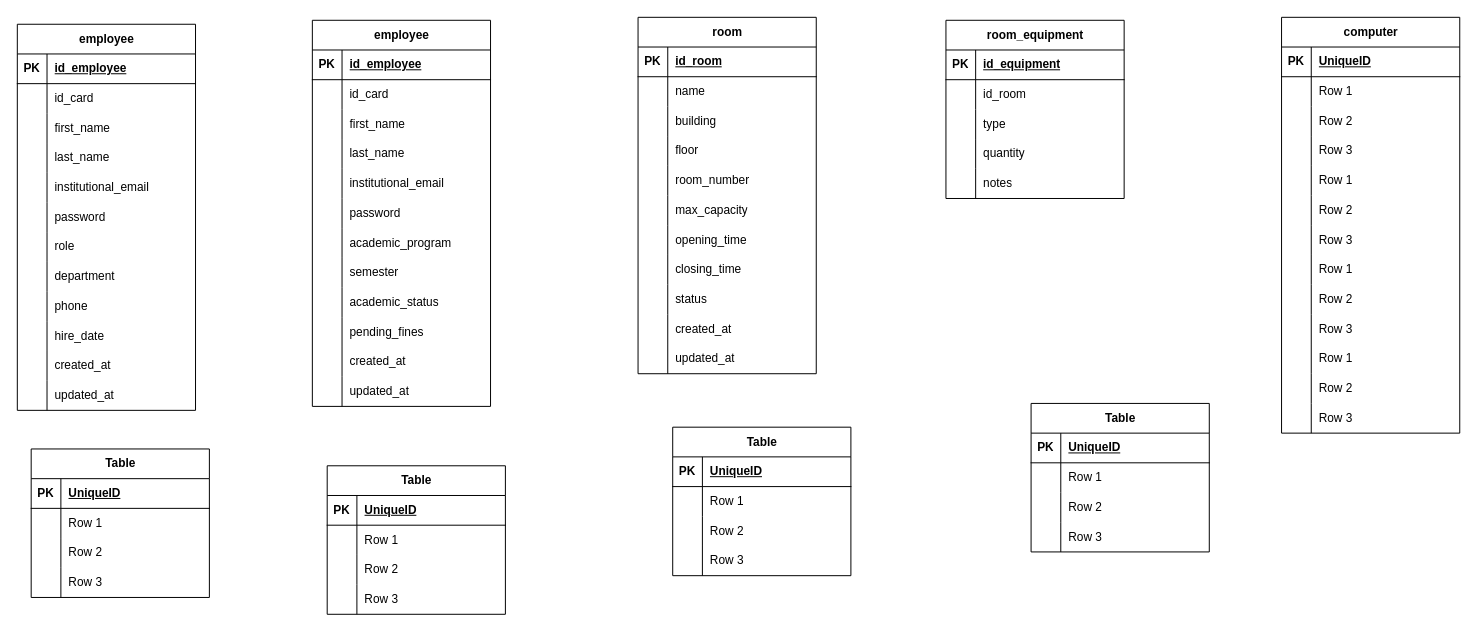
The draw.io diagram back-end/docs/diagrams/DERCampusLend.drawio in Breynersmartinez/CampusLend, before the edit. Source tidied: cells renumbered, new cells numbered last; positions are measured from the earlier drawing's top-left corner, leaving out a move shared by most shapes. Both pictures are drawn from the tidied source at 99%, with x=0, y=0 at pixel (17, 17).
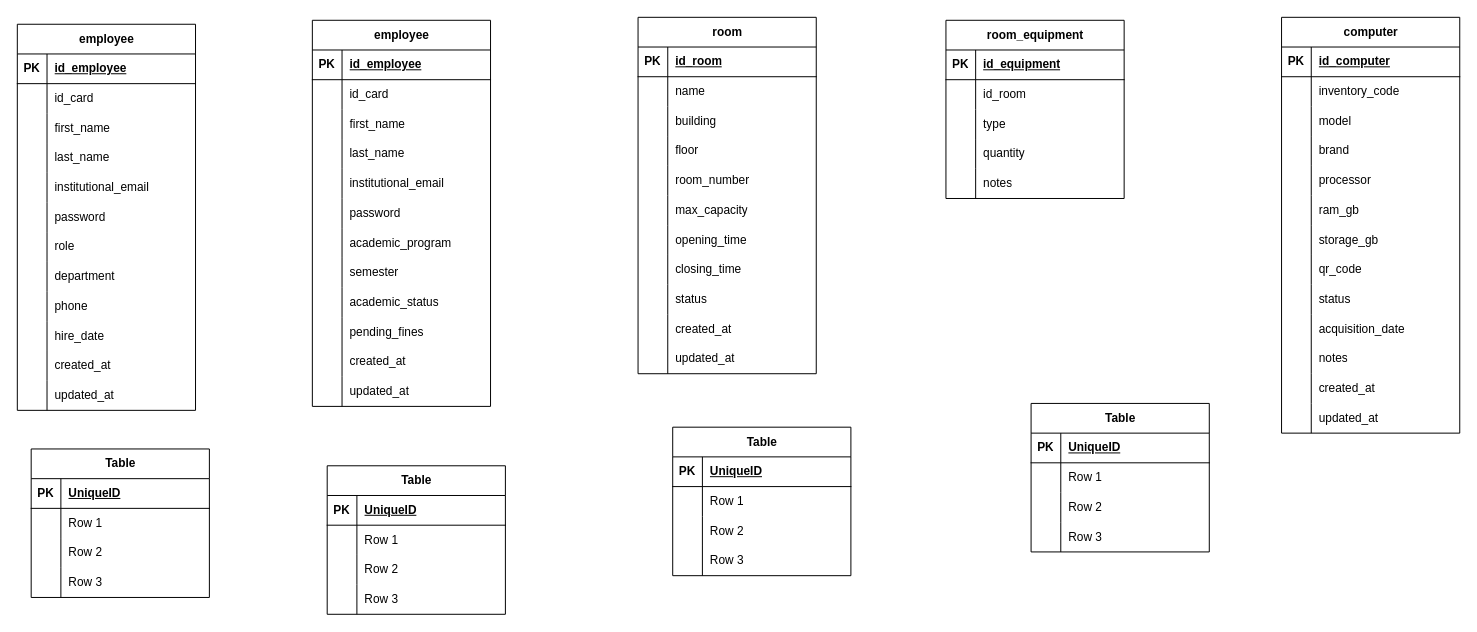
After the change.

The change refers to these unchanged cells:
```xml
<mxCell id="90" style="shape=tableRow;horizontal=0;startSize=0;swimlaneHead=0;swimlaneBody=0;fillColor=none;top=0;left=0;right=0;bottom=1;" parent="89" vertex="1">
  <mxGeometry y="30" width="180" height="30" as="geometry" />
</mxCell>
<mxCell id="93" style="shape=tableRow;horizontal=0;startSize=0;swimlaneHead=0;swimlaneBody=0;fillColor=none;top=0;left=0;right=0;bottom=0;" parent="89" vertex="1">
  <mxGeometry y="60" width="180" height="30" as="geometry" />
</mxCell>
<mxCell id="96" style="shape=tableRow;horizontal=0;startSize=0;swimlaneHead=0;swimlaneBody=0;fillColor=none;top=0;left=0;right=0;bottom=0;" parent="89" vertex="1">
  <mxGeometry y="90" width="180" height="30" as="geometry" />
</mxCell>
<mxCell id="99" style="shape=tableRow;horizontal=0;startSize=0;swimlaneHead=0;swimlaneBody=0;fillColor=none;top=0;left=0;right=0;bottom=0;" parent="89" vertex="1">
  <mxGeometry y="120" width="180" height="30" as="geometry" />
</mxCell>
<mxCell id="102" style="shape=tableRow;horizontal=0;startSize=0;swimlaneHead=0;swimlaneBody=0;fillColor=none;top=0;left=0;right=0;bottom=0;" parent="89" vertex="1">
  <mxGeometry y="150" width="180" height="30" as="geometry" />
</mxCell>
<mxCell id="105" style="shape=tableRow;horizontal=0;startSize=0;swimlaneHead=0;swimlaneBody=0;fillColor=none;top=0;left=0;right=0;bottom=0;" parent="89" vertex="1">
  <mxGeometry y="180" width="180" height="30" as="geometry" />
</mxCell>
<mxCell id="108" style="shape=tableRow;horizontal=0;startSize=0;swimlaneHead=0;swimlaneBody=0;fillColor=none;top=0;left=0;right=0;bottom=0;" parent="89" vertex="1">
  <mxGeometry y="210" width="180" height="30" as="geometry" />
</mxCell>
<mxCell id="111" style="shape=tableRow;horizontal=0;startSize=0;swimlaneHead=0;swimlaneBody=0;fillColor=none;top=0;left=0;right=0;bottom=0;" parent="89" vertex="1">
  <mxGeometry y="240" width="180" height="30" as="geometry" />
</mxCell>
<mxCell id="114" style="shape=tableRow;horizontal=0;startSize=0;swimlaneHead=0;swimlaneBody=0;fillColor=none;top=0;left=0;right=0;bottom=0;" parent="89" vertex="1">
  <mxGeometry y="270" width="180" height="30" as="geometry" />
</mxCell>
<mxCell id="117" style="shape=tableRow;horizontal=0;startSize=0;swimlaneHead=0;swimlaneBody=0;fillColor=none;top=0;left=0;right=0;bottom=0;" parent="89" vertex="1">
  <mxGeometry y="300" width="180" height="30" as="geometry" />
</mxCell>
<mxCell id="120" style="shape=tableRow;horizontal=0;startSize=0;swimlaneHead=0;swimlaneBody=0;fillColor=none;top=0;left=0;right=0;bottom=0;" parent="89" vertex="1">
  <mxGeometry y="330" width="180" height="30" as="geometry" />
</mxCell>
<mxCell id="123" style="shape=tableRow;horizontal=0;startSize=0;swimlaneHead=0;swimlaneBody=0;fillColor=none;top=0;left=0;right=0;bottom=0;" parent="89" vertex="1">
  <mxGeometry y="360" width="180" height="30" as="geometry" />
</mxCell>
<mxCell id="126" style="shape=tableRow;horizontal=0;startSize=0;swimlaneHead=0;swimlaneBody=0;fillColor=none;top=0;left=0;right=0;bottom=0;" parent="89" vertex="1">
  <mxGeometry y="390" width="180" height="30" as="geometry" />
</mxCell>
```

What changed in the source:
```diff
@@
-    <mxCell id="92" value="UniqueID" style="shape=partialRectangle;fillColor=none;top=0;left=0;bottom=0;right=0;align=left;spacingLeft=6;fontStyle=5;overflow=hidden;whiteSpace=wrap;html=1;" parent="90" vertex="1">
+    <mxCell id="92" value="id_computer" style="shape=partialRectangle;fillColor=none;top=0;left=0;bottom=0;right=0;align=left;spacingLeft=6;fontStyle=5;overflow=hidden;whiteSpace=wrap;html=1;" parent="90" vertex="1">
       <mxGeometry x="30" width="150" height="30" as="geometry" />
     </mxCell>
@@
-    <mxCell id="95" value="Row 1" style="shape=partialRectangle;fillColor=none;top=0;left=0;bottom=0;right=0;align=left;spacingLeft=6;overflow=hidden;whiteSpace=wrap;html=1;" parent="93" vertex="1">
+    <mxCell id="95" value="inventory_code" style="shape=partialRectangle;fillColor=none;top=0;left=0;bottom=0;right=0;align=left;spacingLeft=6;overflow=hidden;whiteSpace=wrap;html=1;" parent="93" vertex="1">
       <mxGeometry x="30" width="150" height="30" as="geometry" />
     </mxCell>
@@
-    <mxCell id="98" value="Row 2" style="shape=partialRectangle;fillColor=none;top=0;left=0;bottom=0;right=0;align=left;spacingLeft=6;overflow=hidden;whiteSpace=wrap;html=1;" parent="96" vertex="1">
+    <mxCell id="98" value="model" style="shape=partialRectangle;fillColor=none;top=0;left=0;bottom=0;right=0;align=left;spacingLeft=6;overflow=hidden;whiteSpace=wrap;html=1;" parent="96" vertex="1">
       <mxGeometry x="30" width="150" height="30" as="geometry" />
     </mxCell>
@@
-    <mxCell id="101" value="Row 3" style="shape=partialRectangle;fillColor=none;top=0;left=0;bottom=0;right=0;align=left;spacingLeft=6;overflow=hidden;whiteSpace=wrap;html=1;" parent="99" vertex="1">
+    <mxCell id="101" value="brand" style="shape=partialRectangle;fillColor=none;top=0;left=0;bottom=0;right=0;align=left;spacingLeft=6;overflow=hidden;whiteSpace=wrap;html=1;" parent="99" vertex="1">
       <mxGeometry x="30" width="150" height="30" as="geometry" />
     </mxCell>
@@
-    <mxCell id="104" value="Row 1" style="shape=partialRectangle;fillColor=none;top=0;left=0;bottom=0;right=0;align=left;spacingLeft=6;overflow=hidden;whiteSpace=wrap;html=1;" parent="102" vertex="1">
+    <mxCell id="104" value="processor" style="shape=partialRectangle;fillColor=none;top=0;left=0;bottom=0;right=0;align=left;spacingLeft=6;overflow=hidden;whiteSpace=wrap;html=1;" parent="102" vertex="1">
       <mxGeometry x="30" width="150" height="30" as="geometry" />
     </mxCell>
@@
-    <mxCell id="107" value="Row 2" style="shape=partialRectangle;fillColor=none;top=0;left=0;bottom=0;right=0;align=left;spacingLeft=6;overflow=hidden;whiteSpace=wrap;html=1;" parent="105" vertex="1">
+    <mxCell id="107" value="ram_gb" style="shape=partialRectangle;fillColor=none;top=0;left=0;bottom=0;right=0;align=left;spacingLeft=6;overflow=hidden;whiteSpace=wrap;html=1;" parent="105" vertex="1">
       <mxGeometry x="30" width="150" height="30" as="geometry" />
     </mxCell>
@@
-    <mxCell id="110" value="Row 3" style="shape=partialRectangle;fillColor=none;top=0;left=0;bottom=0;right=0;align=left;spacingLeft=6;overflow=hidden;whiteSpace=wrap;html=1;" parent="108" vertex="1">
+    <mxCell id="110" value="storage_gb" style="shape=partialRectangle;fillColor=none;top=0;left=0;bottom=0;right=0;align=left;spacingLeft=6;overflow=hidden;whiteSpace=wrap;html=1;" parent="108" vertex="1">
       <mxGeometry x="30" width="150" height="30" as="geometry" />
     </mxCell>
@@
-    <mxCell id="113" value="Row 1" style="shape=partialRectangle;fillColor=none;top=0;left=0;bottom=0;right=0;align=left;spacingLeft=6;overflow=hidden;whiteSpace=wrap;html=1;" parent="111" vertex="1">
+    <mxCell id="113" value="qr_code" style="shape=partialRectangle;fillColor=none;top=0;left=0;bottom=0;right=0;align=left;spacingLeft=6;overflow=hidden;whiteSpace=wrap;html=1;" parent="111" vertex="1">
       <mxGeometry x="30" width="150" height="30" as="geometry" />
     </mxCell>
@@
-    <mxCell id="116" value="Row 2" style="shape=partialRectangle;fillColor=none;top=0;left=0;bottom=0;right=0;align=left;spacingLeft=6;overflow=hidden;whiteSpace=wrap;html=1;" parent="114" vertex="1">
+    <mxCell id="116" value="status" style="shape=partialRectangle;fillColor=none;top=0;left=0;bottom=0;right=0;align=left;spacingLeft=6;overflow=hidden;whiteSpace=wrap;html=1;" parent="114" vertex="1">
       <mxGeometry x="30" width="150" height="30" as="geometry" />
     </mxCell>
@@
-    <mxCell id="119" value="Row 3" style="shape=partialRectangle;fillColor=none;top=0;left=0;bottom=0;right=0;align=left;spacingLeft=6;overflow=hidden;whiteSpace=wrap;html=1;" parent="117" vertex="1">
+    <mxCell id="119" value="acquisition_date" style="shape=partialRectangle;fillColor=none;top=0;left=0;bottom=0;right=0;align=left;spacingLeft=6;overflow=hidden;whiteSpace=wrap;html=1;" parent="117" vertex="1">
       <mxGeometry x="30" width="150" height="30" as="geometry" />
     </mxCell>
@@
-    <mxCell id="122" value="Row 1" style="shape=partialRectangle;fillColor=none;top=0;left=0;bottom=0;right=0;align=left;spacingLeft=6;overflow=hidden;whiteSpace=wrap;html=1;" parent="120" vertex="1">
+    <mxCell id="122" value="notes" style="shape=partialRectangle;fillColor=none;top=0;left=0;bottom=0;right=0;align=left;spacingLeft=6;overflow=hidden;whiteSpace=wrap;html=1;" parent="120" vertex="1">
       <mxGeometry x="30" width="150" height="30" as="geometry" />
     </mxCell>
@@
-    <mxCell id="125" value="Row 2" style="shape=partialRectangle;fillColor=none;top=0;left=0;bottom=0;right=0;align=left;spacingLeft=6;overflow=hidden;whiteSpace=wrap;html=1;" parent="123" vertex="1">
+    <mxCell id="125" value="created_at" style="shape=partialRectangle;fillColor=none;top=0;left=0;bottom=0;right=0;align=left;spacingLeft=6;overflow=hidden;whiteSpace=wrap;html=1;" parent="123" vertex="1">
       <mxGeometry x="30" width="150" height="30" as="geometry" />
     </mxCell>
@@
-    <mxCell id="128" value="Row 3" style="shape=partialRectangle;fillColor=none;top=0;left=0;bottom=0;right=0;align=left;spacingLeft=6;overflow=hidden;whiteSpace=wrap;html=1;" parent="126" vertex="1">
+    <mxCell id="128" value="updated_at" style="shape=partialRectangle;fillColor=none;top=0;left=0;bottom=0;right=0;align=left;spacingLeft=6;overflow=hidden;whiteSpace=wrap;html=1;" parent="126" vertex="1">
       <mxGeometry x="30" width="150" height="30" as="geometry" />
     </mxCell>
```
